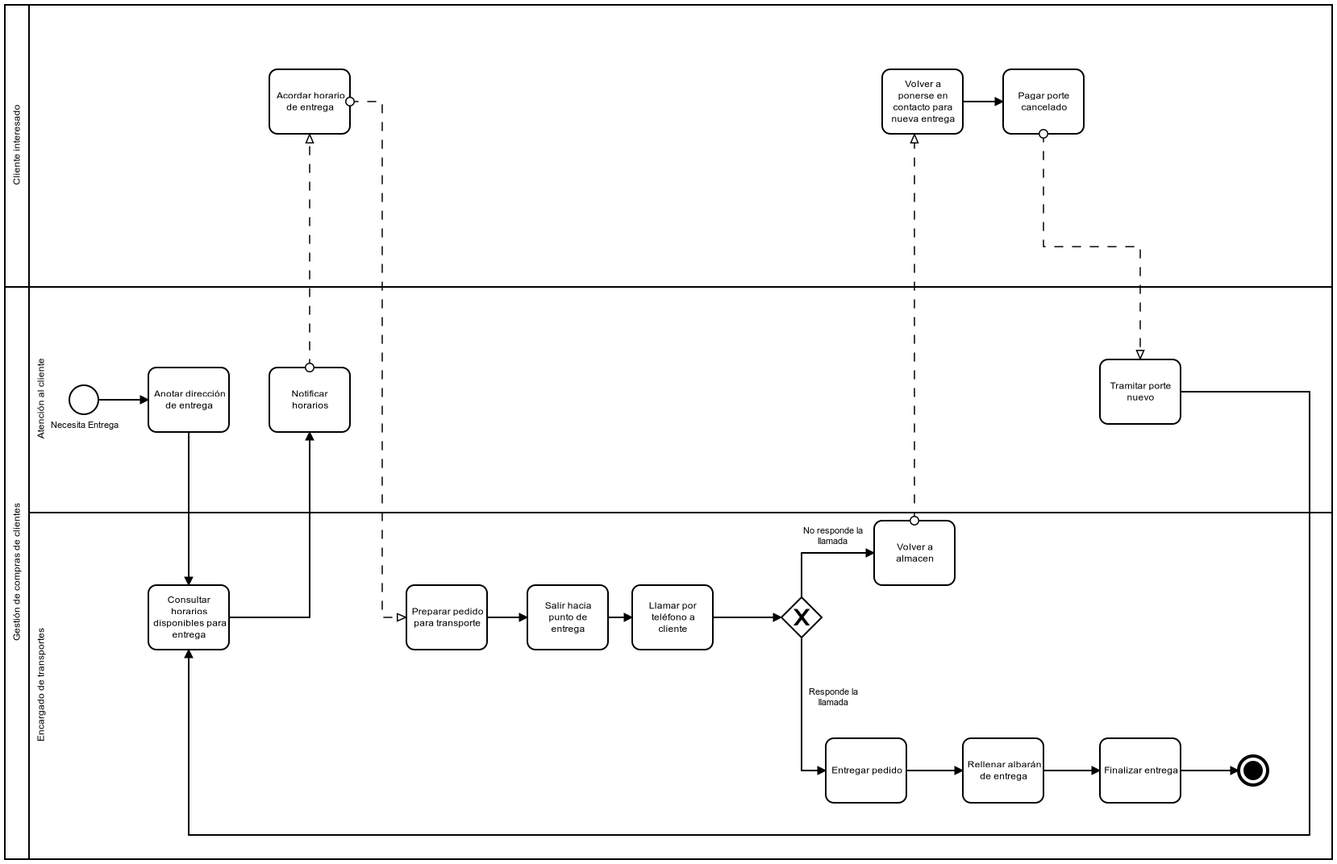
felipescalera/Proyecto-IR keeps this BPMN diagram as diagramas/diagramas actuales/Entrega de pedido.png. Above is the earlier version. Its source is kept beside it as diagramas/diagramas actuales/Entrega de Pedido.bpmn. Ids are renumbered.
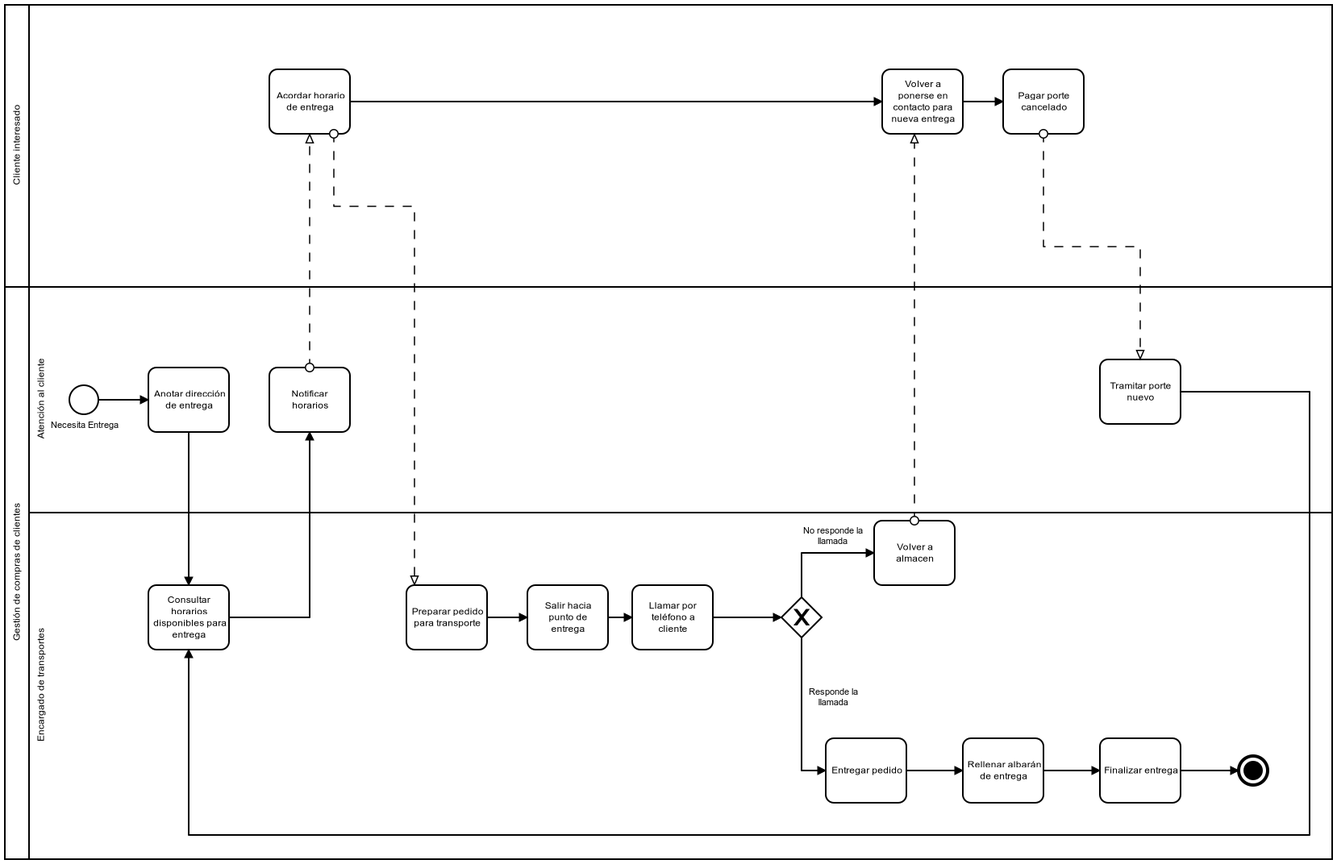
The same file after the commit.

The edit, as a diff of the source:
```diff
@@ -96,13 +96,17 @@
   </bpmn:process>
   <bpmn:process id="Process_n6">
     <bpmn:task id="Activity_n9" name="Volver a ponerse en contacto para nueva entrega">
+      <bpmn:incoming>Flow_n45</bpmn:incoming>
       <bpmn:outgoing>Flow_n44</bpmn:outgoing>
     </bpmn:task>
-    <bpmn:task id="Activity_n11" name="Acordar horario de entrega" />
+    <bpmn:task id="Activity_n11" name="Acordar horario de entrega">
+      <bpmn:outgoing>Flow_n45</bpmn:outgoing>
+    </bpmn:task>
     <bpmn:task id="Activity_n16" name="Pagar porte cancelado">
       <bpmn:incoming>Flow_n44</bpmn:incoming>
     </bpmn:task>
     <bpmn:sequenceFlow id="Flow_n44" sourceRef="Activity_n9" targetRef="Activity_n16" />
+    <bpmn:sequenceFlow id="Flow_n45" sourceRef="Activity_n11" targetRef="Activity_n9" />
   </bpmn:process>
   <bpmndi:BPMNDiagram id="BPMNDiagram_1">
     <bpmndi:BPMNPlane id="BPMNPlane_1" bpmnElement="Collaboration_n2">
@@ -227,6 +231,10 @@
         <di:waypoint x="1340" y="200" />
         <di:waypoint x="1390" y="200" />
       </bpmndi:BPMNEdge>
+      <bpmndi:BPMNEdge id="Flow_n45_di" bpmnElement="Flow_n45">
+        <di:waypoint x="580" y="200" />
+        <di:waypoint x="1240" y="200" />
+      </bpmndi:BPMNEdge>
       <bpmndi:BPMNShape id="Activity_n9_di" bpmnElement="Activity_n9">
         <dc:Bounds x="1240" y="160" width="100" height="80" />
       </bpmndi:BPMNShape>
@@ -241,10 +249,10 @@
         <di:waypoint x="1280" y="240" />
       </bpmndi:BPMNEdge>
       <bpmndi:BPMNEdge id="Flow_n10_di" bpmnElement="Flow_n10">
-        <di:waypoint x="580" y="200" />
-        <di:waypoint x="620" y="200" />
-        <di:waypoint x="620" y="840" />
-        <di:waypoint x="650" y="840" />
+        <di:waypoint x="560" y="240" />
+        <di:waypoint x="560" y="330" />
+        <di:waypoint x="660" y="330" />
+        <di:waypoint x="660" y="800" />
       </bpmndi:BPMNEdge>
       <bpmndi:BPMNEdge id="Flow_n13_di" bpmnElement="Flow_n13">
         <di:waypoint x="530" y="530" />
```
